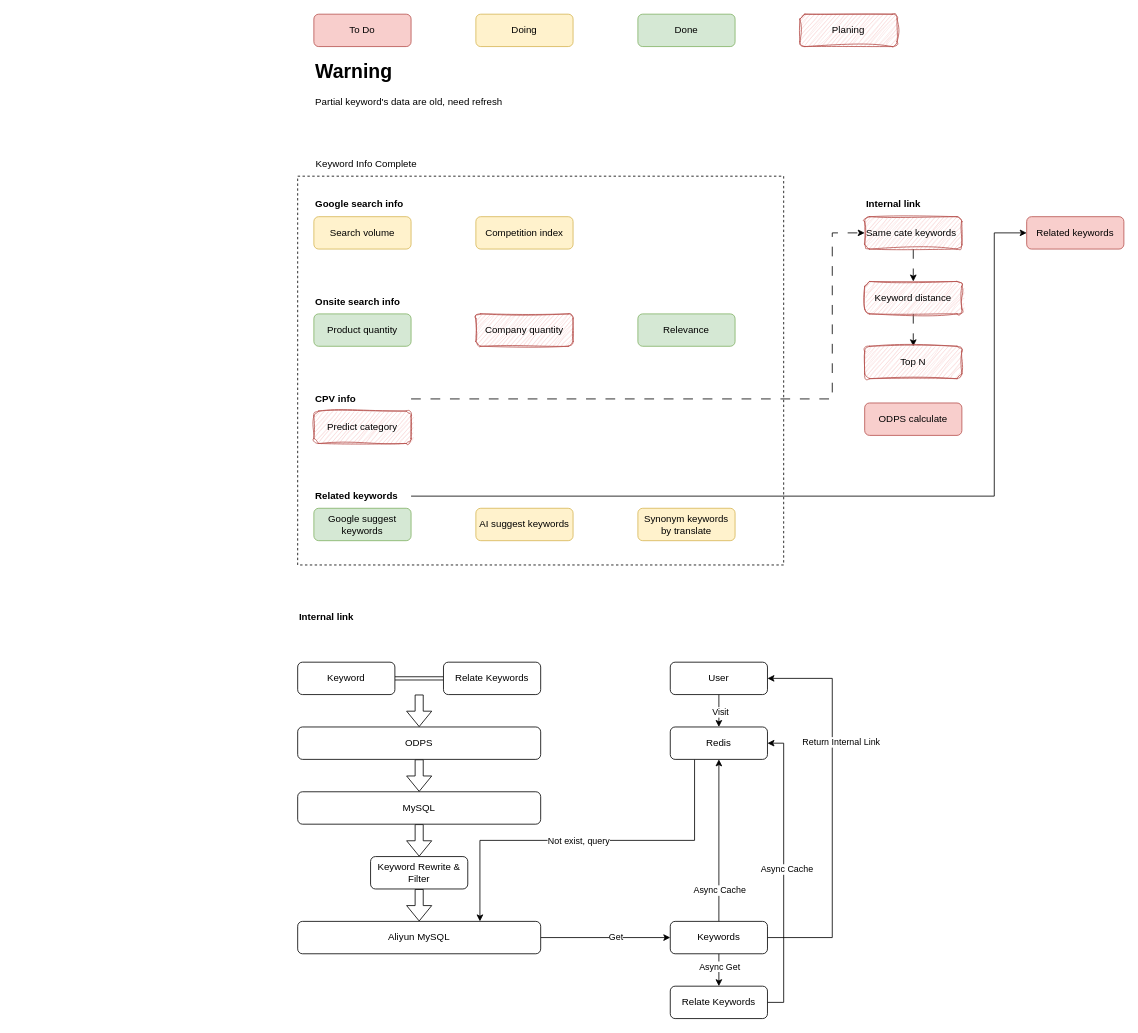
Before: drawio/keyword_optimize.drawio in VisableHarry/seo-drawio, a draw.io diagram. Source tidied: cells renumbered, new cells numbered last; positions are measured from the earlier drawing's top-left corner, leaving out a move shared by most shapes. Both pictures are drawn from the tidied source at 81%, with x=0, y=0 at pixel (297, 14).
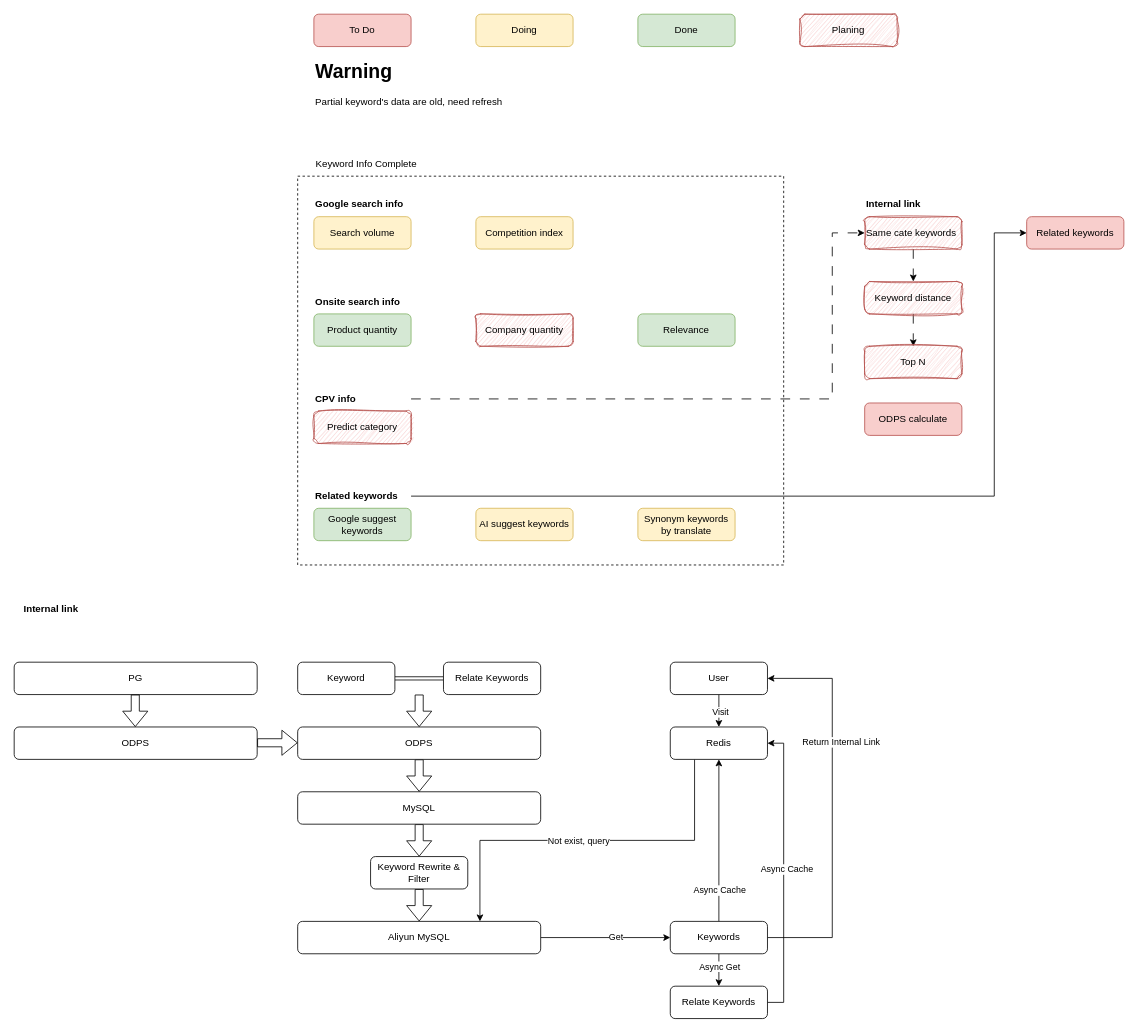
After the change.

The edit, as a diff of the source:
```diff
@@
     <mxCell id="32" value="Internal link" style="text;html=1;align=left;verticalAlign=middle;whiteSpace=wrap;rounded=0;fontStyle=1;" parent="1" vertex="1">
-      <mxGeometry y="730" width="110" height="30" as="geometry" />
+      <mxGeometry x="-340" y="720" width="110" height="30" as="geometry" />
     </mxCell>
@@
+    <mxCell id="62" value="PG" style="rounded=1;whiteSpace=wrap;html=1;" parent="1" vertex="1">
+      <mxGeometry x="-350" y="800" width="300" height="40" as="geometry" />
+    </mxCell>
+    <mxCell id="63" value="ODPS" style="rounded=1;whiteSpace=wrap;html=1;" parent="1" vertex="1">
+      <mxGeometry x="-350" y="880" width="300" height="40" as="geometry" />
+    </mxCell>
+    <mxCell id="64" style="shape=flexArrow;endArrow=classic;html=1;rounded=0;" parent="1" edge="1">
+      <mxGeometry relative="1" as="geometry">
+        <mxPoint x="-200.5" y="840" as="sourcePoint" />
+        <mxPoint x="-200.5" y="880" as="targetPoint" />
+      </mxGeometry>
+    </mxCell>
+    <mxCell id="65" style="shape=flexArrow;endArrow=classic;html=1;rounded=0;" parent="1" edge="1">
+      <mxGeometry relative="1" as="geometry">
+        <mxPoint x="-50" y="899.5" as="sourcePoint" />
+        <mxPoint y="899.5" as="targetPoint" />
+      </mxGeometry>
+    </mxCell>
```
